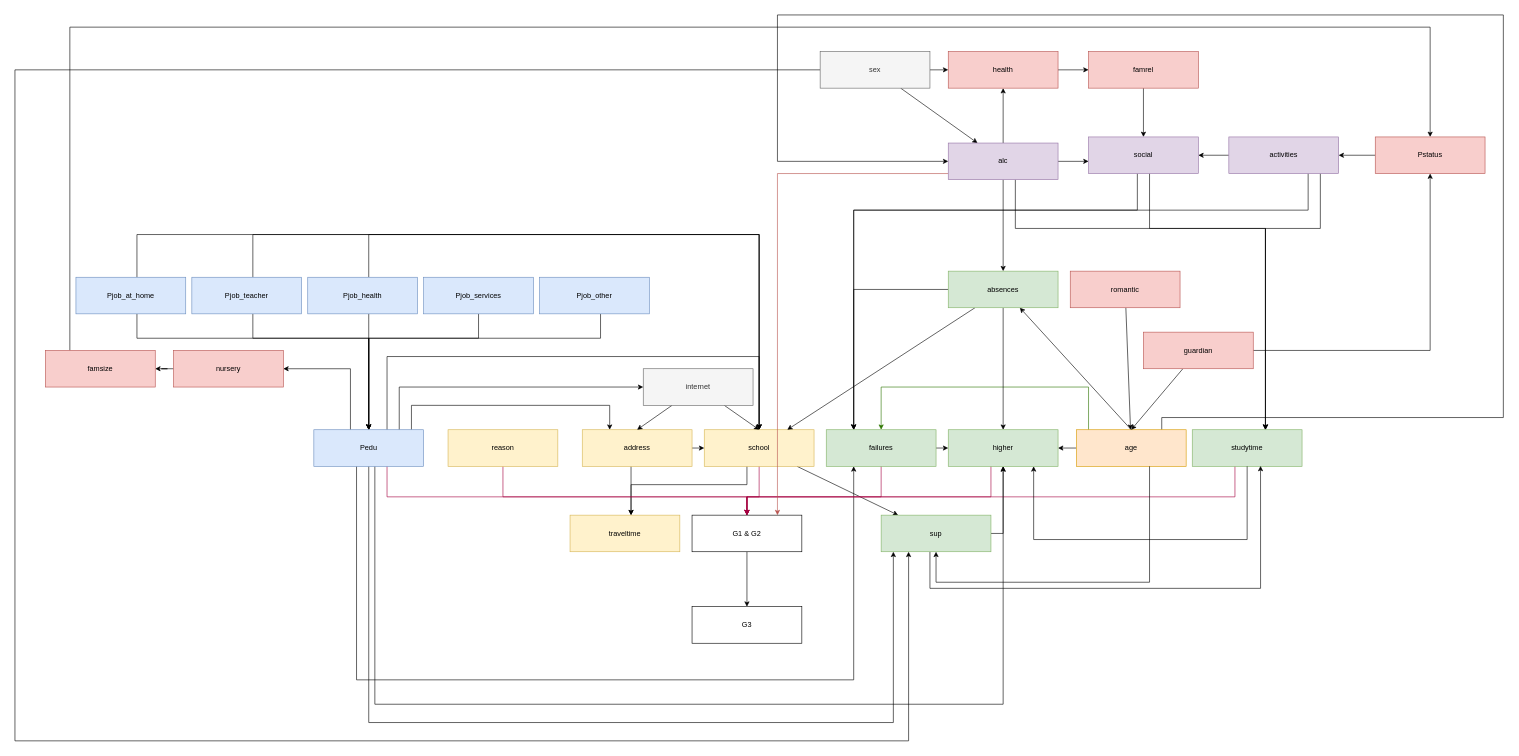
Earlier version of the draw.io diagram page "Small Net" (6 of 6) of doc/graph.drawio (Super-T02/ki-bayesian-networks). Source tidied: cells renumbered, new cells numbered last; positions are measured from the earlier drawing's top-left corner, leaving out a move shared by most shapes. Both pictures are drawn from the tidied source at 61%, with x=0, y=0 at pixel (15, 15).
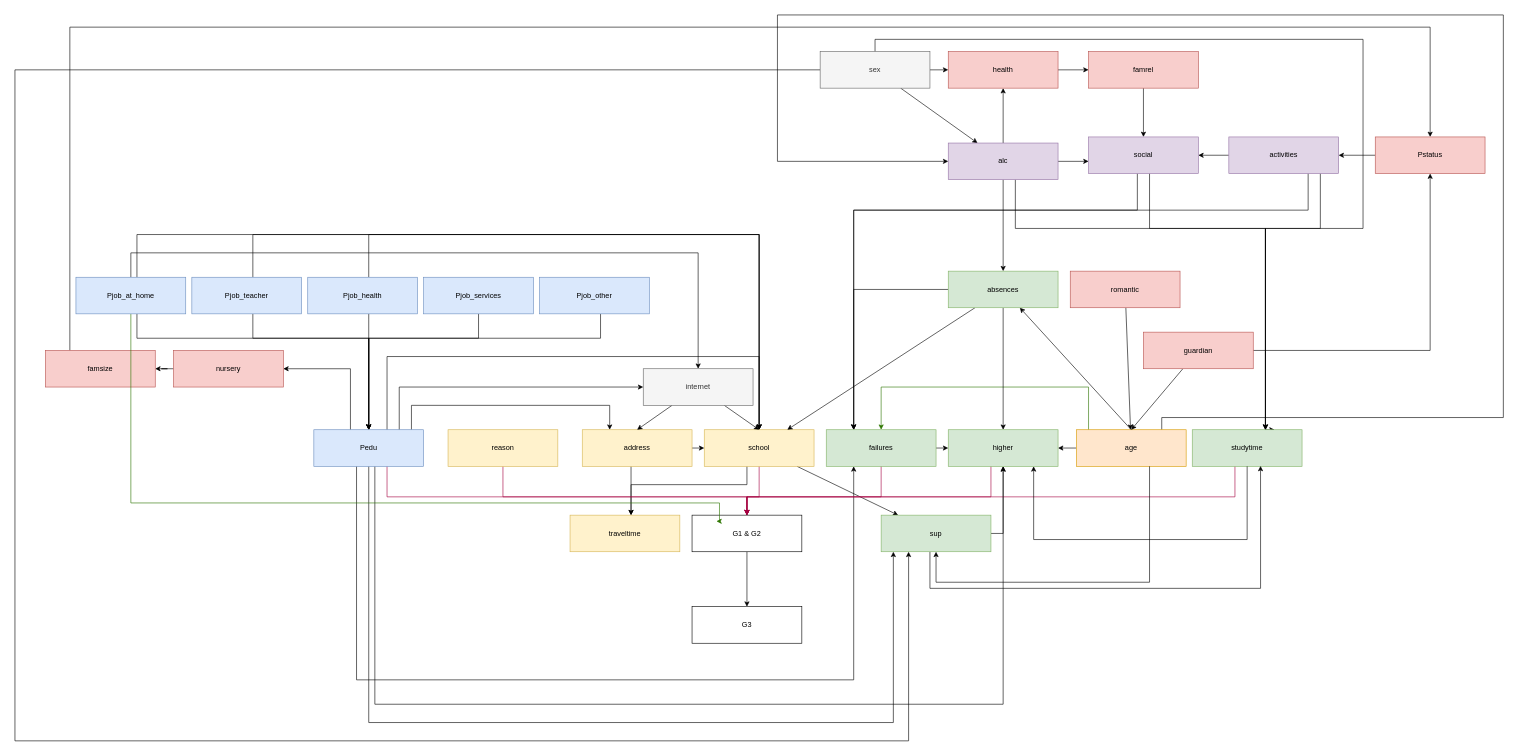
The same page after the edit.

Unchanged cells that the change refers to:
```xml
<mxCell id="9" value="sex" style="rounded=0;whiteSpace=wrap;html=1;fillColor=#f5f5f5;fontColor=#333333;strokeColor=#666666;" parent="1" vertex="1">
  <mxGeometry x="1320" y="60" width="180" height="60" as="geometry" />
</mxCell>
<mxCell id="40" value="studytime" style="rounded=0;whiteSpace=wrap;html=1;fillColor=#d5e8d4;strokeColor=#82b366;" parent="1" vertex="1">
  <mxGeometry x="1930" y="680" width="180" height="60" as="geometry" />
</mxCell>
<mxCell id="59" value="internet" style="rounded=0;whiteSpace=wrap;html=1;fillColor=#f5f5f5;strokeColor=#666666;fontColor=#333333;" parent="1" vertex="1">
  <mxGeometry x="1030" y="580" width="180" height="60" as="geometry" />
</mxCell>
<mxCell id="72" value="alc" style="rounded=0;whiteSpace=wrap;html=1;fillColor=#e1d5e7;strokeColor=#9673a6;" parent="1" vertex="1">
  <mxGeometry x="1530" y="210" width="180" height="60" as="geometry" />
</mxCell>
<mxCell id="81" value="G1 &amp;amp; G2" style="rounded=0;whiteSpace=wrap;html=1;" parent="1" vertex="1">
  <mxGeometry x="1110" y="820" width="180" height="60" as="geometry" />
</mxCell>
<mxCell id="92" value="Pjob_at_home" style="rounded=0;whiteSpace=wrap;html=1;fillColor=#dae8fc;strokeColor=#6c8ebf;" parent="1" vertex="1">
  <mxGeometry x="100" y="430" width="180" height="60" as="geometry" />
</mxCell>
```

The edit, as a diff of the source:
```diff
@@
+    <mxCell id="93" style="edgeStyle=orthogonalEdgeStyle;rounded=0;jettySize=auto;html=1;entryX=0.75;entryY=0;entryDx=0;entryDy=0;" parent="1" edge="1" source="9" target="40">
+      <mxGeometry relative="1" as="geometry">
+        <Array as="points">
+          <mxPoint x="1410" y="40" />
+          <mxPoint x="2210" y="40" />
+          <mxPoint x="2210" y="350" />
+          <mxPoint x="2050" y="350" />
+          <mxPoint x="2050" y="680" />
+        </Array>
+      </mxGeometry>
+    </mxCell>
@@
-    <mxCell id="71" style="edgeStyle=orthogonalEdgeStyle;rounded=0;jettySize=auto;html=1;fillColor=#f8cecc;strokeColor=#b85450;" parent="1" edge="1" source="72" target="81">
-      <mxGeometry relative="1" as="geometry">
-        <Array as="points">
-          <mxPoint x="1250" y="260" />
-        </Array>
-      </mxGeometry>
-    </mxCell>
@@
+    <mxCell id="94" style="edgeStyle=orthogonalEdgeStyle;rounded=0;jettySize=auto;html=1;fillColor=#60a917;strokeColor=#2D7600;" parent="1" edge="1" source="92">
+      <mxGeometry relative="1" as="geometry">
+        <mxPoint x="1150" y="830" as="targetPoint" />
+        <Array as="points">
+          <mxPoint x="190" y="800" />
+          <mxPoint x="1155" y="800" />
+          <mxPoint x="1155" y="830" />
+        </Array>
+      </mxGeometry>
+    </mxCell>
+    <mxCell id="95" style="edgeStyle=orthogonalEdgeStyle;rounded=0;jettySize=auto;html=1;" parent="1" edge="1" source="92" target="59">
+      <mxGeometry relative="1" as="geometry">
+        <Array as="points">
+          <mxPoint x="190" y="390" />
+          <mxPoint x="1120" y="390" />
+        </Array>
+      </mxGeometry>
+    </mxCell>
```
